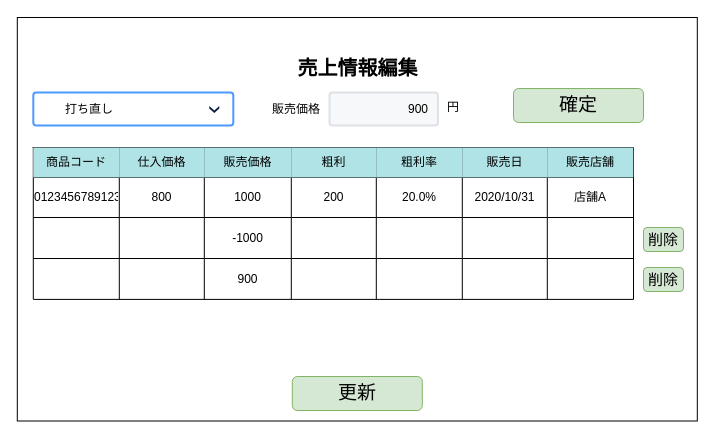
Before: page "S04-03 売上情報編集" (3 of 3) of 各種設計書/6.画面設計書/S04_売上マスタ.drawio in HaruShim/Sotuken, a draw.io diagram. Source tidied: cells renumbered, new cells numbered last; positions are measured from the earlier drawing's top-left corner, leaving out a move shared by most shapes. Both pictures are drawn from the tidied source at 100%, with x=0, y=0 at pixel (17, 17).
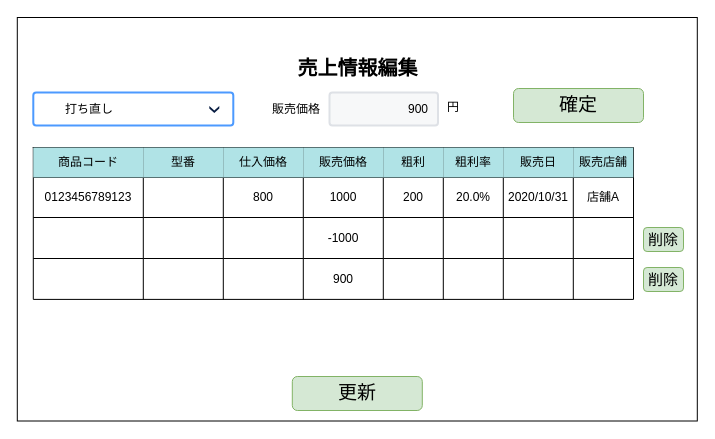
After the change.

Unchanged cells that the change refers to:
```xml
<mxCell id="6" style="shape=partialRectangle;fillColor=none;top=0;left=0;bottom=0;right=0;" parent="5" vertex="1">
  <mxGeometry width="600.2" height="30" as="geometry" />
</mxCell>
<mxCell id="14" style="shape=partialRectangle;fillColor=none;top=0;left=0;bottom=0;right=0;" parent="5" vertex="1">
  <mxGeometry y="30" width="600.2" height="40" as="geometry" />
</mxCell>
<mxCell id="22" style="shape=partialRectangle;fillColor=none;top=0;left=0;bottom=0;right=0;" parent="5" vertex="1">
  <mxGeometry y="70" width="600.2" height="41" as="geometry" />
</mxCell>
<mxCell id="30" style="shape=partialRectangle;fillColor=none;top=0;left=0;bottom=0;right=0;" parent="5" vertex="1">
  <mxGeometry y="111" width="600.2" height="41" as="geometry" />
</mxCell>
```

What changed in the source:
```diff
@@
     <mxCell id="7" value="商品コード" style="shape=partialRectangle;html=1;whiteSpace=wrap;overflow=hidden;fillColor=#b0e3e6;top=0;left=0;bottom=0;right=0;strokeColor=#0e8088;" parent="6" vertex="1">
-      <mxGeometry width="86" height="30" as="geometry" />
+      <mxGeometry width="110" height="30" as="geometry" />
     </mxCell>
+    <mxCell id="46" value="型番" style="shape=partialRectangle;html=1;whiteSpace=wrap;overflow=hidden;fillColor=#b0e3e6;top=0;left=0;bottom=0;right=0;strokeColor=#0e8088;" parent="6" vertex="1">
+      <mxGeometry x="110" width="80" height="30" as="geometry" />
+    </mxCell>
     <mxCell id="8" value="仕入価格" style="shape=partialRectangle;html=1;whiteSpace=wrap;overflow=hidden;fillColor=#b0e3e6;top=0;left=0;bottom=0;right=0;strokeColor=#0e8088;" parent="6" vertex="1">
-      <mxGeometry x="86" width="85" height="30" as="geometry" />
+      <mxGeometry x="190" width="80" height="30" as="geometry" />
     </mxCell>
     <mxCell id="9" value="販売価格" style="shape=partialRectangle;html=1;whiteSpace=wrap;overflow=hidden;fillColor=#b0e3e6;top=0;left=0;bottom=0;right=0;strokeColor=#0e8088;" parent="6" vertex="1">
-      <mxGeometry x="171" width="87" height="30" as="geometry" />
+      <mxGeometry x="270" width="80" height="30" as="geometry" />
     </mxCell>
     <mxCell id="10" value="粗利" style="shape=partialRectangle;html=1;whiteSpace=wrap;overflow=hidden;fillColor=#b0e3e6;top=0;left=0;bottom=0;right=0;strokeColor=#0e8088;" parent="6" vertex="1">
-      <mxGeometry x="258" width="85" height="30" as="geometry" />
+      <mxGeometry x="350" width="60" height="30" as="geometry" />
     </mxCell>
     <mxCell id="11" value="粗利率" style="shape=partialRectangle;html=1;whiteSpace=wrap;overflow=hidden;fillColor=#b0e3e6;top=0;left=0;bottom=0;right=0;strokeColor=#0e8088;" parent="6" vertex="1">
-      <mxGeometry x="343" width="86" height="30" as="geometry" />
+      <mxGeometry x="410" width="60" height="30" as="geometry" />
     </mxCell>
     <mxCell id="12" value="販売日" style="shape=partialRectangle;html=1;whiteSpace=wrap;overflow=hidden;fillColor=#b0e3e6;top=0;left=0;bottom=0;right=0;strokeColor=#0e8088;" parent="6" vertex="1">
-      <mxGeometry x="429" width="85" height="30" as="geometry" />
+      <mxGeometry x="470" width="70" height="30" as="geometry" />
     </mxCell>
     <mxCell id="13" value="販売店舗" style="shape=partialRectangle;html=1;whiteSpace=wrap;overflow=hidden;fillColor=#b0e3e6;top=0;left=0;bottom=0;right=0;strokeColor=#0e8088;" parent="6" vertex="1">
-      <mxGeometry x="514" width="86" height="30" as="geometry" />
+      <mxGeometry x="540" width="60" height="30" as="geometry" />
     </mxCell>
@@
     <mxCell id="15" value="&lt;span style=&quot;text-align: left&quot;&gt;0123456789123&lt;/span&gt;" style="shape=partialRectangle;html=1;whiteSpace=wrap;overflow=hidden;fillColor=none;top=0;left=0;bottom=0;right=0;" parent="14" vertex="1">
-      <mxGeometry width="86" height="40" as="geometry" />
+      <mxGeometry width="110" height="40" as="geometry" />
     </mxCell>
+    <mxCell id="47" style="shape=partialRectangle;html=1;whiteSpace=wrap;overflow=hidden;fillColor=none;top=0;left=0;bottom=0;right=0;" parent="14" vertex="1">
+      <mxGeometry x="110" width="80" height="40" as="geometry" />
+    </mxCell>
     <mxCell id="16" value="800" style="shape=partialRectangle;html=1;whiteSpace=wrap;overflow=hidden;fillColor=none;top=0;left=0;bottom=0;right=0;" parent="14" vertex="1">
-      <mxGeometry x="86" width="85" height="40" as="geometry" />
+      <mxGeometry x="190" width="80" height="40" as="geometry" />
     </mxCell>
     <mxCell id="17" value="1000" style="shape=partialRectangle;html=1;whiteSpace=wrap;overflow=hidden;fillColor=none;top=0;left=0;bottom=0;right=0;" parent="14" vertex="1">
-      <mxGeometry x="171" width="87" height="40" as="geometry" />
+      <mxGeometry x="270" width="80" height="40" as="geometry" />
     </mxCell>
     <mxCell id="18" value="200" style="shape=partialRectangle;html=1;whiteSpace=wrap;overflow=hidden;fillColor=none;top=0;left=0;bottom=0;right=0;" parent="14" vertex="1">
-      <mxGeometry x="258" width="85" height="40" as="geometry" />
+      <mxGeometry x="350" width="60" height="40" as="geometry" />
     </mxCell>
     <mxCell id="19" value="20.0%" style="shape=partialRectangle;html=1;whiteSpace=wrap;overflow=hidden;fillColor=none;top=0;left=0;bottom=0;right=0;" parent="14" vertex="1">
-      <mxGeometry x="343" width="86" height="40" as="geometry" />
+      <mxGeometry x="410" width="60" height="40" as="geometry" />
     </mxCell>
     <mxCell id="20" value="2020/10/31" style="shape=partialRectangle;html=1;whiteSpace=wrap;overflow=hidden;fillColor=none;top=0;left=0;bottom=0;right=0;" parent="14" vertex="1">
-      <mxGeometry x="429" width="85" height="40" as="geometry" />
+      <mxGeometry x="470" width="70" height="40" as="geometry" />
     </mxCell>
     <mxCell id="21" value="店舗A" style="shape=partialRectangle;html=1;whiteSpace=wrap;overflow=hidden;fillColor=none;top=0;left=0;bottom=0;right=0;" parent="14" vertex="1">
-      <mxGeometry x="514" width="86" height="40" as="geometry" />
+      <mxGeometry x="540" width="60" height="40" as="geometry" />
     </mxCell>
@@
     <mxCell id="23" style="shape=partialRectangle;html=1;whiteSpace=wrap;overflow=hidden;fillColor=none;top=0;left=0;bottom=0;right=0;" parent="22" vertex="1">
-      <mxGeometry width="86" height="41" as="geometry" />
+      <mxGeometry width="110" height="41" as="geometry" />
     </mxCell>
+    <mxCell id="48" style="shape=partialRectangle;html=1;whiteSpace=wrap;overflow=hidden;fillColor=none;top=0;left=0;bottom=0;right=0;" parent="22" vertex="1">
+      <mxGeometry x="110" width="80" height="41" as="geometry" />
+    </mxCell>
     <mxCell id="24" style="shape=partialRectangle;html=1;whiteSpace=wrap;overflow=hidden;fillColor=none;top=0;left=0;bottom=0;right=0;" parent="22" vertex="1">
-      <mxGeometry x="86" width="85" height="41" as="geometry" />
+      <mxGeometry x="190" width="80" height="41" as="geometry" />
     </mxCell>
     <mxCell id="25" value="-1000" style="shape=partialRectangle;html=1;whiteSpace=wrap;overflow=hidden;fillColor=none;top=0;left=0;bottom=0;right=0;" parent="22" vertex="1">
-      <mxGeometry x="171" width="87" height="41" as="geometry" />
+      <mxGeometry x="270" width="80" height="41" as="geometry" />
     </mxCell>
     <mxCell id="26" style="shape=partialRectangle;html=1;whiteSpace=wrap;overflow=hidden;fillColor=none;top=0;left=0;bottom=0;right=0;" parent="22" vertex="1">
-      <mxGeometry x="258" width="85" height="41" as="geometry" />
+      <mxGeometry x="350" width="60" height="41" as="geometry" />
     </mxCell>
     <mxCell id="27" style="shape=partialRectangle;html=1;whiteSpace=wrap;overflow=hidden;fillColor=none;top=0;left=0;bottom=0;right=0;" parent="22" vertex="1">
-      <mxGeometry x="343" width="86" height="41" as="geometry" />
+      <mxGeometry x="410" width="60" height="41" as="geometry" />
     </mxCell>
     <mxCell id="28" style="shape=partialRectangle;html=1;whiteSpace=wrap;overflow=hidden;fillColor=none;top=0;left=0;bottom=0;right=0;" parent="22" vertex="1">
-      <mxGeometry x="429" width="85" height="41" as="geometry" />
+      <mxGeometry x="470" width="70" height="41" as="geometry" />
     </mxCell>
     <mxCell id="29" style="shape=partialRectangle;html=1;whiteSpace=wrap;overflow=hidden;fillColor=none;top=0;left=0;bottom=0;right=0;" parent="22" vertex="1">
-      <mxGeometry x="514" width="86" height="41" as="geometry" />
+      <mxGeometry x="540" width="60" height="41" as="geometry" />
     </mxCell>
@@
     <mxCell id="31" style="shape=partialRectangle;html=1;whiteSpace=wrap;overflow=hidden;fillColor=none;top=0;left=0;bottom=0;right=0;" parent="30" vertex="1">
-      <mxGeometry width="86" height="41" as="geometry" />
+      <mxGeometry width="110" height="41" as="geometry" />
     </mxCell>
+    <mxCell id="49" style="shape=partialRectangle;html=1;whiteSpace=wrap;overflow=hidden;fillColor=none;top=0;left=0;bottom=0;right=0;" parent="30" vertex="1">
+      <mxGeometry x="110" width="80" height="41" as="geometry" />
+    </mxCell>
     <mxCell id="32" style="shape=partialRectangle;html=1;whiteSpace=wrap;overflow=hidden;fillColor=none;top=0;left=0;bottom=0;right=0;" parent="30" vertex="1">
-      <mxGeometry x="86" width="85" height="41" as="geometry" />
+      <mxGeometry x="190" width="80" height="41" as="geometry" />
     </mxCell>
     <mxCell id="33" value="900" style="shape=partialRectangle;html=1;whiteSpace=wrap;overflow=hidden;fillColor=none;top=0;left=0;bottom=0;right=0;" parent="30" vertex="1">
-      <mxGeometry x="171" width="87" height="41" as="geometry" />
+      <mxGeometry x="270" width="80" height="41" as="geometry" />
     </mxCell>
     <mxCell id="34" style="shape=partialRectangle;html=1;whiteSpace=wrap;overflow=hidden;fillColor=none;top=0;left=0;bottom=0;right=0;" parent="30" vertex="1">
-      <mxGeometry x="258" width="85" height="41" as="geometry" />
+      <mxGeometry x="350" width="60" height="41" as="geometry" />
     </mxCell>
     <mxCell id="35" style="shape=partialRectangle;html=1;whiteSpace=wrap;overflow=hidden;fillColor=none;top=0;left=0;bottom=0;right=0;" parent="30" vertex="1">
-      <mxGeometry x="343" width="86" height="41" as="geometry" />
+      <mxGeometry x="410" width="60" height="41" as="geometry" />
     </mxCell>
     <mxCell id="36" style="shape=partialRectangle;html=1;whiteSpace=wrap;overflow=hidden;fillColor=none;top=0;left=0;bottom=0;right=0;" parent="30" vertex="1">
-      <mxGeometry x="429" width="85" height="41" as="geometry" />
+      <mxGeometry x="470" width="70" height="41" as="geometry" />
     </mxCell>
     <mxCell id="37" style="shape=partialRectangle;html=1;whiteSpace=wrap;overflow=hidden;fillColor=none;top=0;left=0;bottom=0;right=0;" parent="30" vertex="1">
-      <mxGeometry x="514" width="86" height="41" as="geometry" />
+      <mxGeometry x="540" width="60" height="41" as="geometry" />
     </mxCell>
```
